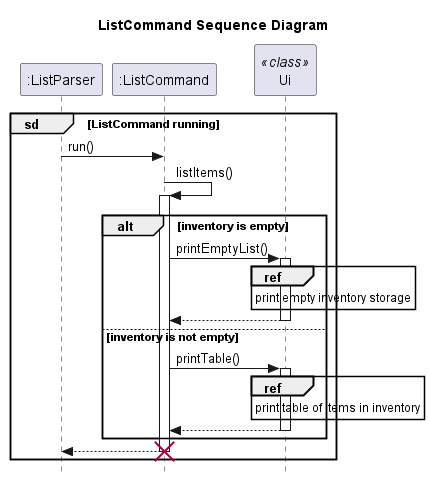
The PlantUML diagram docs/UML/List/ListCommand.png in nus-cs2113-AY2223S2/tp, before a commit.
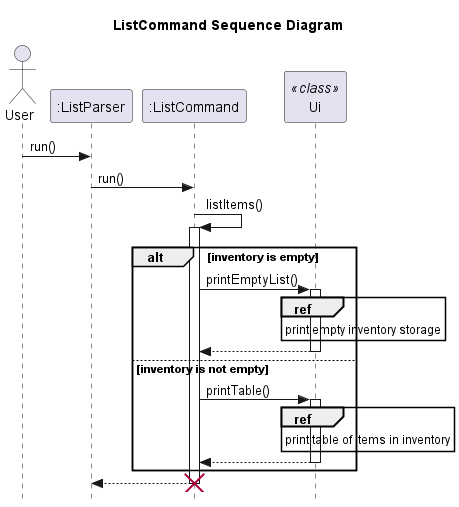
After the commit.

Commit message:
Update images for sequence diagrams

Diff of the diagram source:
```diff
@@ -2,8 +2,11 @@
 title ListCommand Sequence Diagram
 
 skinparam style strictuml
+actor User
 participant ":ListParser"
-group sd [ListCommand running]
+User -> ":ListParser": run()
+
+
         ":ListParser" -> ":ListCommand": run()
         ":ListCommand" -> ":ListCommand": listItems()
         activate ":ListCommand"
@@ -26,5 +29,5 @@
        ":ListCommand" --> ":ListParser"
        deactivate ":ListCommand"
        destroy ":ListCommand"
-end
+
 @enduml
```
